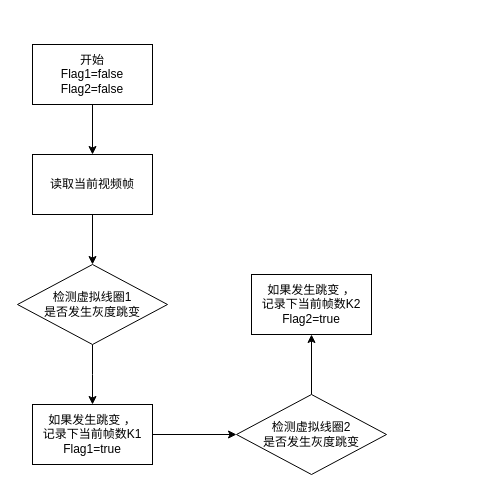
Before: Untitled Diagram.drawio in zhongchaocheng/diagram_online-, a draw.io diagram. Source tidied: cells renumbered, new cells numbered last; positions are measured from the earlier drawing's top-left corner, leaving out a move shared by most shapes. Both pictures are drawn from the tidied source at 100%, with x=0, y=0 at pixel (17, 44).
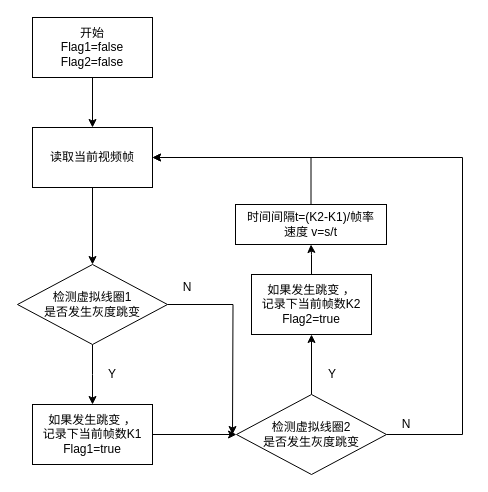
The same page after the edit.

Unchanged cells that the change refers to:
```xml
<mxCell id="7" value="检测虚拟线圈2&lt;br&gt;是否发生灰度跳变" style="rhombus;whiteSpace=wrap;html=1;" parent="1" vertex="1">
  <mxGeometry x="219" y="350" width="150" height="80" as="geometry" />
</mxCell>
<mxCell id="9" value="检测虚拟线圈1&lt;br&gt;是否发生灰度跳变" style="rhombus;whiteSpace=wrap;html=1;" parent="1" vertex="1">
  <mxGeometry y="220" width="150" height="80" as="geometry" />
</mxCell>
<mxCell id="10" value="如果发生跳变 ，&lt;br&gt;记录下当前帧数K2&lt;br&gt;Flag2=true" style="rounded=0;whiteSpace=wrap;html=1;" parent="1" vertex="1">
  <mxGeometry x="234" y="230" width="120" height="60" as="geometry" />
</mxCell>
```

Diff of the diagram source:
```diff
@@
     <mxCell id="2" value="开始&lt;br&gt;Flag1=false&lt;br&gt;Flag2=false" style="rounded=0;whiteSpace=wrap;html=1;" parent="1" vertex="1">
-      <mxGeometry x="15" width="120" height="60" as="geometry" />
+      <mxGeometry x="15" y="-27" width="120" height="60" as="geometry" />
     </mxCell>
-    <mxCell id="3" style="endArrow=classic;html=1;exitX=0.5;exitY=1;exitDx=0;exitDy=0;" parent="1" edge="1" source="2">
-      <mxGeometry relative="1" as="geometry">
-        <mxPoint x="75" y="110" as="targetPoint" />
-      </mxGeometry>
+    <mxCell id="3" style="endArrow=classic;html=1;exitX=0.5;exitY=1;exitDx=0;exitDy=0;entryX=0.5;entryY=0;entryDx=0;entryDy=0;" parent="1" edge="1" source="2" target="4">
+      <mxGeometry relative="1" as="geometry" />
     </mxCell>
     <mxCell id="4" value="读取当前视频帧" style="rounded=0;whiteSpace=wrap;html=1;" parent="1" vertex="1">
-      <mxGeometry x="15" y="110" width="120" height="60" as="geometry" />
+      <mxGeometry x="15" y="83" width="120" height="60" as="geometry" />
     </mxCell>
@@
+    <mxCell id="13" style="edgeStyle=orthogonalEdgeStyle;rounded=0;jettySize=auto;html=1;exitX=1;exitY=0.5;exitDx=0;exitDy=0;entryX=1;entryY=0.5;entryDx=0;entryDy=0;" parent="1" edge="1" source="7" target="4">
+      <mxGeometry relative="1" as="geometry">
+        <Array as="points">
+          <mxPoint x="445" y="390" />
+          <mxPoint x="445" y="113" />
+        </Array>
+      </mxGeometry>
+    </mxCell>
@@
+    <mxCell id="14" style="edgeStyle=orthogonalEdgeStyle;rounded=0;jettySize=auto;html=1;" parent="1" edge="1" source="9">
+      <mxGeometry relative="1" as="geometry">
+        <mxPoint x="215" y="390" as="targetPoint" />
+      </mxGeometry>
+    </mxCell>
@@
+    <mxCell id="15" style="edgeStyle=orthogonalEdgeStyle;rounded=0;jettySize=auto;html=1;exitX=0.5;exitY=0;exitDx=0;exitDy=0;" parent="1" edge="1" source="10" target="17">
+      <mxGeometry relative="1" as="geometry" />
+    </mxCell>
@@
+    <mxCell id="16" style="edgeStyle=orthogonalEdgeStyle;rounded=0;jettySize=auto;html=1;entryX=1;entryY=0.5;entryDx=0;entryDy=0;" parent="1" edge="1" source="17" target="4">
+      <mxGeometry relative="1" as="geometry">
+        <Array as="points">
+          <mxPoint x="294" y="113" />
+        </Array>
+      </mxGeometry>
+    </mxCell>
+    <mxCell id="17" value="时间间隔t=(K2-K1)/帧率&lt;br&gt;速度 v=s/t" style="rounded=0;whiteSpace=wrap;html=1;" parent="1" vertex="1">
+      <mxGeometry x="218" y="160" width="151" height="40" as="geometry" />
+    </mxCell>
+    <mxCell id="18" value="Y" style="text;html=1;strokeColor=none;fillColor=none;align=center;verticalAlign=middle;whiteSpace=wrap;rounded=0;" parent="1" vertex="1">
+      <mxGeometry x="295" y="320" width="40" height="20" as="geometry" />
+    </mxCell>
+    <mxCell id="19" value="N" style="text;html=1;strokeColor=none;fillColor=none;align=center;verticalAlign=middle;whiteSpace=wrap;rounded=0;" parent="1" vertex="1">
+      <mxGeometry x="369" y="370" width="40" height="20" as="geometry" />
+    </mxCell>
+    <mxCell id="20" value="Y" style="text;html=1;strokeColor=none;fillColor=none;align=center;verticalAlign=middle;whiteSpace=wrap;rounded=0;" parent="1" vertex="1">
+      <mxGeometry x="75" y="320" width="40" height="20" as="geometry" />
+    </mxCell>
+    <mxCell id="21" value="N" style="text;html=1;strokeColor=none;fillColor=none;align=center;verticalAlign=middle;whiteSpace=wrap;rounded=0;" parent="1" vertex="1">
+      <mxGeometry x="150" y="233" width="40" height="20" as="geometry" />
+    </mxCell>
```
